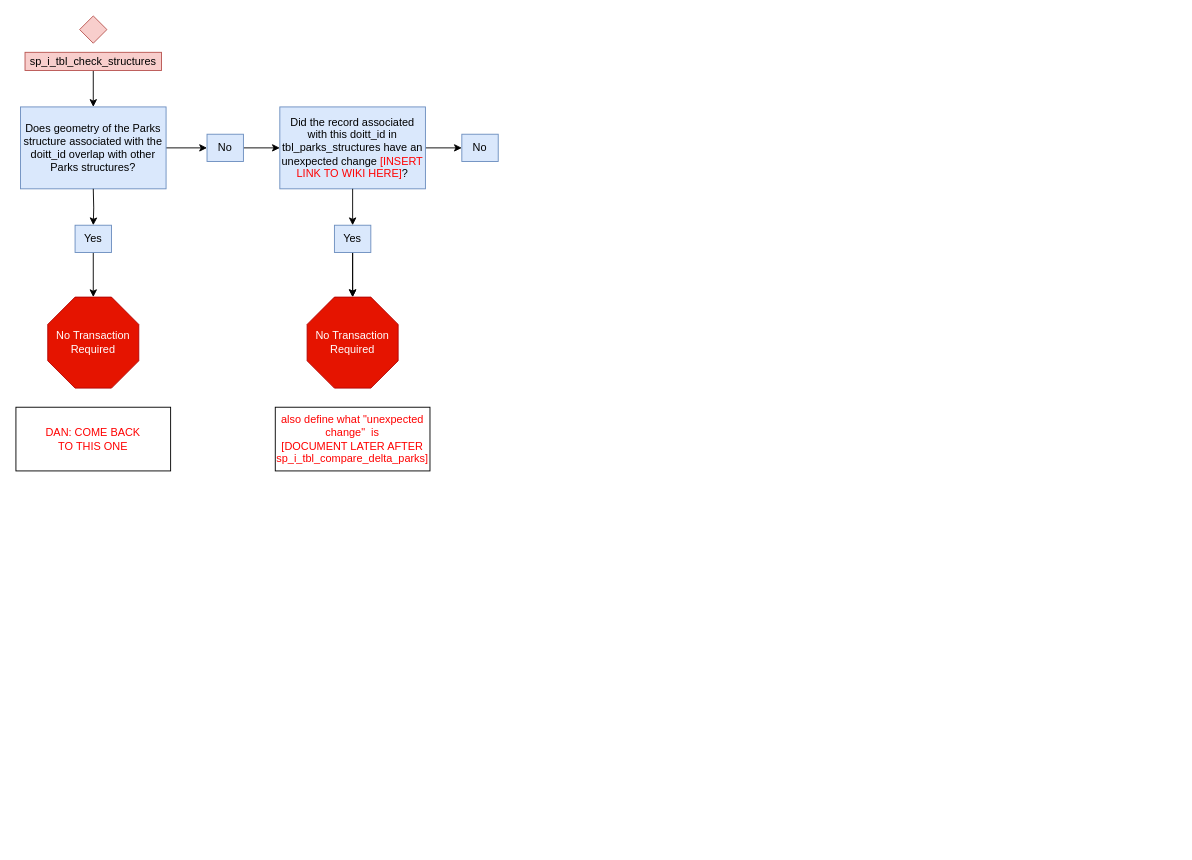
This is sp_i_tbl_check_structures.drawio from NYCParks-data/Structures, a draw.io file, before an edit. Source tidied: cells renumbered, new cells numbered last; positions are measured from the earlier drawing's top-left corner, leaving out a move shared by most shapes. Both pictures are drawn from the tidied source at 91%, with x=0, y=0 at pixel (15, 15).
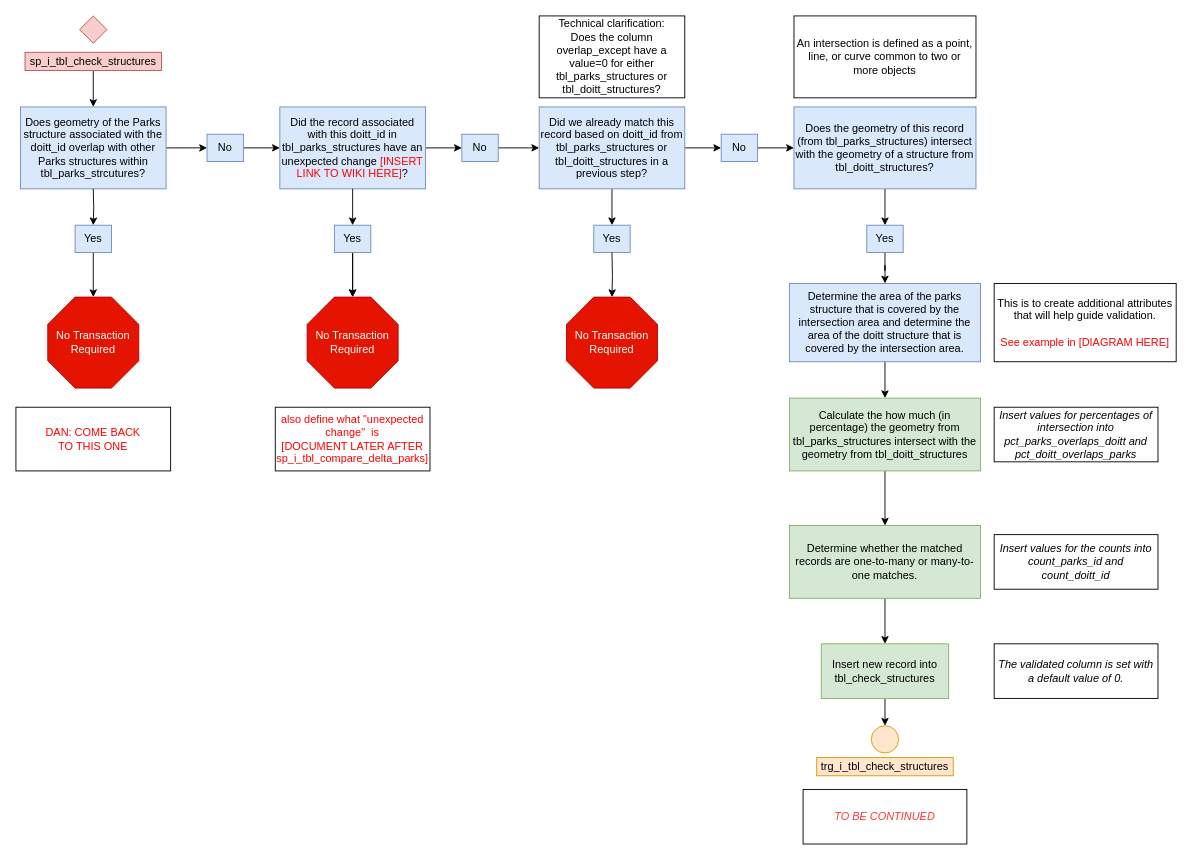
The same diagram, later.

The change refers to these unchanged cells:
```xml
<mxCell id="19" value="No" style="rounded=0;whiteSpace=wrap;html=1;fillColor=#dae8fc;strokeColor=#6c8ebf;fontSize=12;" parent="1" vertex="1">
  <mxGeometry x="490" y="130" width="40" height="30" as="geometry" />
</mxCell>
```

Change to the diagram source:
```diff
@@
-    <mxCell id="9" value="Does geometry of the Parks structure associated with the doitt_id overlap with other Parks structures?" style="rounded=0;whiteSpace=wrap;html=1;fillColor=#dae8fc;strokeColor=#6c8ebf;fontSize=12;" parent="1" vertex="1">
+    <mxCell id="9" value="Does geometry of the Parks structure associated with the doitt_id overlap with other Parks structures within tbl_parks_strcutures?" style="rounded=0;whiteSpace=wrap;html=1;fillColor=#dae8fc;strokeColor=#6c8ebf;fontSize=12;" parent="1" vertex="1">
       <mxGeometry x="5" y="100" width="160" height="90" as="geometry" />
     </mxCell>
@@
+    <mxCell id="23" style="edgeStyle=orthogonalEdgeStyle;rounded=0;jettySize=auto;html=1;" parent="1" edge="1" source="19" target="26">
+      <mxGeometry relative="1" as="geometry" />
+    </mxCell>
@@
+    <mxCell id="24" style="edgeStyle=orthogonalEdgeStyle;rounded=0;jettySize=auto;html=1;" parent="1" edge="1" source="26" target="31">
+      <mxGeometry relative="1" as="geometry" />
+    </mxCell>
+    <mxCell id="25" style="edgeStyle=orthogonalEdgeStyle;rounded=0;jettySize=auto;html=1;" parent="1" edge="1" source="26" target="29">
+      <mxGeometry relative="1" as="geometry" />
+    </mxCell>
+    <mxCell id="26" value="Did we already match this record based on doitt_id from tbl_parks_structures or tbl_doitt_structures in a previous step? " style="rounded=0;whiteSpace=wrap;html=1;fillColor=#dae8fc;strokeColor=#6c8ebf;fontSize=12;" parent="1" vertex="1">
+      <mxGeometry x="575" y="100" width="160" height="90" as="geometry" />
+    </mxCell>
+    <mxCell id="27" style="edgeStyle=orthogonalEdgeStyle;rounded=0;jettySize=auto;html=1;" parent="1" edge="1" source="28" target="37">
+      <mxGeometry relative="1" as="geometry" />
+    </mxCell>
+    <mxCell id="28" value="Does the geometry of this record (from tbl_parks_structures) intersect with the geometry of a structure from tbl_doitt_structures?" style="rounded=0;whiteSpace=wrap;html=1;fillColor=#dae8fc;strokeColor=#6c8ebf;fontSize=12;" parent="1" vertex="1">
+      <mxGeometry x="855" y="100" width="200" height="90" as="geometry" />
+    </mxCell>
+    <mxCell id="29" value="Yes" style="rounded=0;whiteSpace=wrap;html=1;fillColor=#dae8fc;strokeColor=#6c8ebf;fontSize=12;" parent="1" vertex="1">
+      <mxGeometry x="635" y="230" width="40" height="30" as="geometry" />
+    </mxCell>
+    <mxCell id="30" style="edgeStyle=orthogonalEdgeStyle;rounded=0;jettySize=auto;html=1;" parent="1" edge="1" source="31" target="28">
+      <mxGeometry relative="1" as="geometry" />
+    </mxCell>
+    <mxCell id="31" value="No" style="rounded=0;whiteSpace=wrap;html=1;fillColor=#dae8fc;strokeColor=#6c8ebf;fontSize=12;" parent="1" vertex="1">
+      <mxGeometry x="775" y="130" width="40" height="30" as="geometry" />
+    </mxCell>
+    <mxCell id="32" value="Technical clarification:&lt;br&gt;Does the column overlap_except have a value=0 for either tbl_parks_structures or tbl_doitt_structures?" style="rounded=0;whiteSpace=wrap;html=1;" parent="1" vertex="1">
+      <mxGeometry x="575" width="160" height="90" as="geometry" />
+    </mxCell>
+    <mxCell id="33" style="edgeStyle=orthogonalEdgeStyle;rounded=0;jettySize=auto;html=1;" parent="1" edge="1" target="34">
+      <mxGeometry relative="1" as="geometry">
+        <mxPoint x="655" y="260" as="sourcePoint" />
+      </mxGeometry>
+    </mxCell>
+    <mxCell id="34" value="No Transaction Required" style="whiteSpace=wrap;html=1;shape=mxgraph.basic.octagon2;align=center;verticalAlign=middle;dx=15;fillColor=#e51400;strokeColor=#B20000;fontColor=#ffffff;" parent="1" vertex="1">
+      <mxGeometry x="605" y="309" width="100" height="100" as="geometry" />
+    </mxCell>
+    <mxCell id="35" value="An intersection is defined as a point, line, or curve common to two or more objects" style="rounded=0;whiteSpace=wrap;html=1;" parent="1" vertex="1">
+      <mxGeometry x="855" width="200" height="90" as="geometry" />
+    </mxCell>
+    <mxCell id="36" style="edgeStyle=orthogonalEdgeStyle;rounded=0;jettySize=auto;html=1;" parent="1" edge="1" source="37" target="43">
+      <mxGeometry relative="1" as="geometry" />
+    </mxCell>
+    <mxCell id="37" value="Yes" style="rounded=0;whiteSpace=wrap;html=1;fillColor=#dae8fc;strokeColor=#6c8ebf;fontSize=12;" parent="1" vertex="1">
+      <mxGeometry x="935" y="230" width="40" height="30" as="geometry" />
+    </mxCell>
+    <mxCell id="38" style="edgeStyle=orthogonalEdgeStyle;rounded=0;jettySize=auto;html=1;exitX=0.5;exitY=1;exitDx=0;exitDy=0;entryX=0.5;entryY=0;entryDx=0;entryDy=0;" parent="1" edge="1" source="39" target="51">
+      <mxGeometry relative="1" as="geometry" />
+    </mxCell>
+    <mxCell id="39" value="&lt;div&gt;Insert new record into tbl_check_structures&lt;/div&gt;" style="rounded=0;whiteSpace=wrap;html=1;fillColor=#d5e8d4;strokeColor=#82b366;" parent="1" vertex="1">
+      <mxGeometry x="885" y="690" width="140" height="60" as="geometry" />
+    </mxCell>
+    <mxCell id="40" style="edgeStyle=orthogonalEdgeStyle;rounded=0;jettySize=auto;html=1;" parent="1" edge="1" source="41" target="47">
+      <mxGeometry relative="1" as="geometry" />
+    </mxCell>
+    <mxCell id="41" value="&lt;div&gt;Calculate the how much (in percentage) the geometry from tbl_parks_structures intersect with the geometry from tbl_doitt_structures&lt;/div&gt;" style="rounded=0;whiteSpace=wrap;html=1;fillColor=#d5e8d4;strokeColor=#82b366;" parent="1" vertex="1">
+      <mxGeometry x="850" y="420" width="210" height="80" as="geometry" />
+    </mxCell>
+    <mxCell id="42" style="edgeStyle=orthogonalEdgeStyle;rounded=0;jettySize=auto;html=1;" parent="1" edge="1" source="43" target="41">
+      <mxGeometry relative="1" as="geometry" />
+    </mxCell>
+    <mxCell id="43" value="&lt;div&gt;Determine the area of the parks structure that is covered by the intersection area and determine the area of the doitt structure that is covered by the intersection area.&lt;/div&gt;" style="rounded=0;whiteSpace=wrap;html=1;fillColor=#dae8fc;strokeColor=#6c8ebf;" parent="1" vertex="1">
+      <mxGeometry x="850" y="294" width="210" height="86" as="geometry" />
+    </mxCell>
+    <mxCell id="44" value="&lt;div&gt;This is to create additional attributes that will help guide validation.&lt;/div&gt;&lt;div&gt;&lt;br&gt;&lt;/div&gt;&lt;div&gt;&lt;font color=&quot;#FF0000&quot;&gt;See example in [DIAGRAM HERE]&lt;/font&gt;&lt;br&gt;&lt;/div&gt;" style="rounded=0;whiteSpace=wrap;html=1;" parent="1" vertex="1">
+      <mxGeometry x="1075" y="294" width="200" height="86" as="geometry" />
+    </mxCell>
+    <mxCell id="45" value="&lt;i&gt;Insert values for percentages of intersection into pct_parks_overlaps_doitt and pct_doitt_overlaps_parks&lt;/i&gt;" style="rounded=0;whiteSpace=wrap;html=1;" parent="1" vertex="1">
+      <mxGeometry x="1075" y="430" width="180" height="60" as="geometry" />
+    </mxCell>
+    <mxCell id="46" style="edgeStyle=orthogonalEdgeStyle;rounded=0;jettySize=auto;html=1;" parent="1" edge="1" source="47" target="39">
+      <mxGeometry relative="1" as="geometry" />
+    </mxCell>
+    <mxCell id="47" value="&lt;div&gt;Determine whether the matched records are one-to-many or many-to-one matches.&lt;/div&gt;" style="rounded=0;whiteSpace=wrap;html=1;fillColor=#d5e8d4;strokeColor=#82b366;" parent="1" vertex="1">
+      <mxGeometry x="850" y="560" width="210" height="80" as="geometry" />
+    </mxCell>
+    <mxCell id="48" value="&lt;i&gt;The validated column is set with a default value of 0.&lt;/i&gt;" style="rounded=0;whiteSpace=wrap;html=1;" parent="1" vertex="1">
+      <mxGeometry x="1075" y="690" width="180" height="60" as="geometry" />
+    </mxCell>
+    <mxCell id="49" value="&lt;i&gt;Insert values for the counts into count_parks_id and count_doitt_id&lt;/i&gt;" style="rounded=0;whiteSpace=wrap;html=1;" parent="1" vertex="1">
+      <mxGeometry x="1075" y="570" width="180" height="60" as="geometry" />
+    </mxCell>
+    <mxCell id="50" value="trg_i_tbl_check_structures" style="rounded=0;whiteSpace=wrap;html=1;fillColor=#ffe6cc;strokeColor=#d79b00;fontSize=12;" parent="1" vertex="1">
+      <mxGeometry x="880" y="815" width="150" height="20" as="geometry" />
+    </mxCell>
+    <mxCell id="51" style="ellipse;whiteSpace=wrap;html=1;fillColor=#ffe6cc;strokeColor=#d79b00;" parent="1" vertex="1">
+      <mxGeometry x="940" y="780" width="30" height="30" as="geometry" />
+    </mxCell>
+    <mxCell id="52" value="&lt;i&gt;TO BE CONTINUED&lt;/i&gt;" style="rounded=0;whiteSpace=wrap;html=1;fontColor=#FF3333;" parent="1" vertex="1">
+      <mxGeometry x="865" y="850" width="180" height="60" as="geometry" />
+    </mxCell>
```
